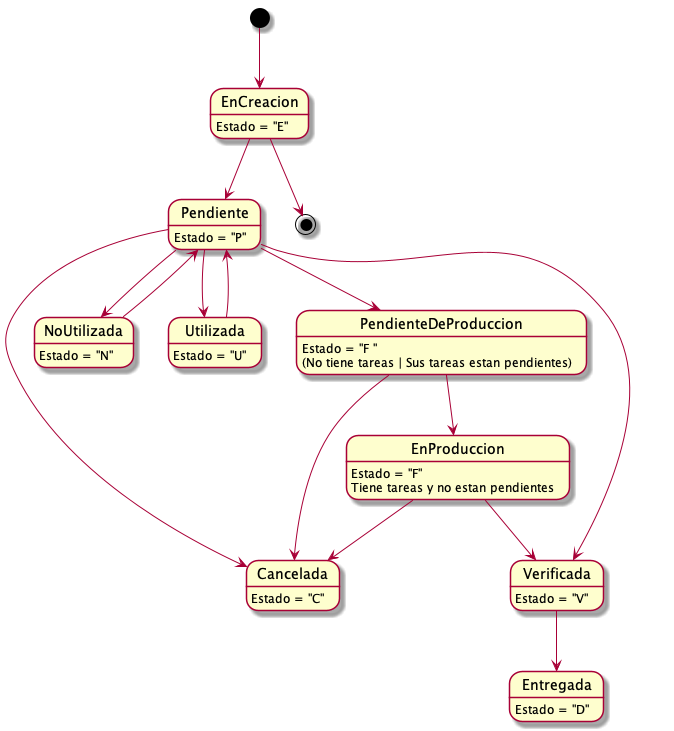
The PlantUML diagram Informe Final/Imagenes/DiagramasEstado/DiagramaDeEstado/lineasProducto.png in ZMGestion/DocumentacionZMGestion, before a commit. The source it was exported from:
```plantuml
@startuml lineasProducto
EnCreacion: Estado = "E"
Pendiente: Estado = "P"
Cancelada: Estado = "C"
NoUtilizada: Estado = "N"
Utilizada: Estado = "U"
PendienteDeProduccion: Estado = "F "
PendienteDeProduccion:(No tiene tareas | Sus tareas estan pendientes)
EnProduccion: Estado = "F"
EnProduccion: Tiene tareas y no estan pendientes
Verificada: Estado = "V"
Entregada: Estado = "D"

[*] --> EnCreacion
EnCreacion --> [*]
EnCreacion --> Pendiente
Pendiente --> Utilizada
Utilizada --> Pendiente
Pendiente --> NoUtilizada
NoUtilizada --> Pendiente
Pendiente --> Cancelada
Pendiente --> PendienteDeProduccion
Pendiente --> Verificada
PendienteDeProduccion --> Cancelada
PendienteDeProduccion --> EnProduccion
EnProduccion --> Cancelada
EnProduccion --> Verificada
Verificada --> Entregada


@enduml
```
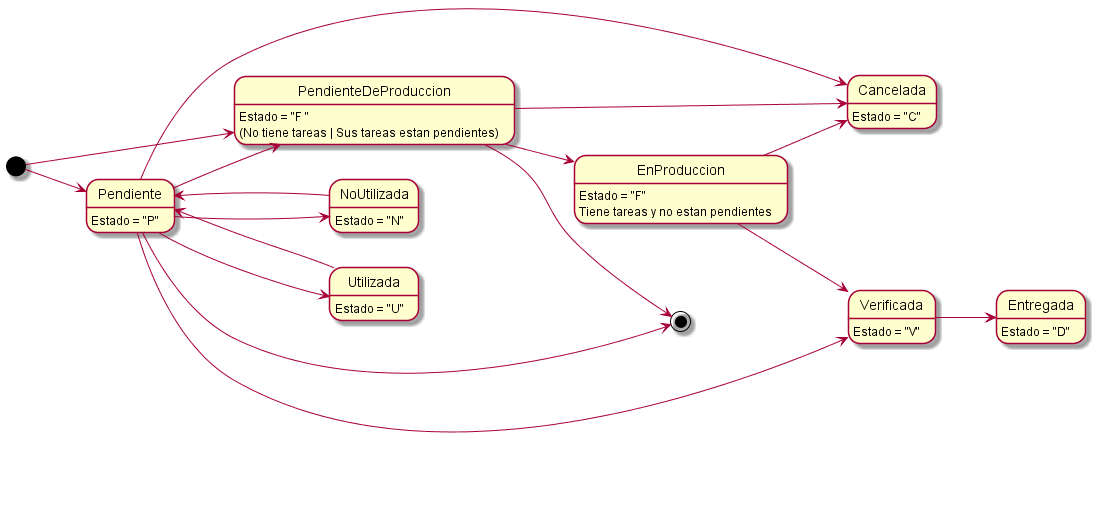
After the commit.

Change to the diagram source:
```diff
@@ -1,5 +1,4 @@
 @startuml lineasProducto
-EnCreacion: Estado = "E"
 Pendiente: Estado = "P"
 Cancelada: Estado = "C"
 NoUtilizada: Estado = "N"
@@ -11,9 +10,11 @@
 Verificada: Estado = "V"
 Entregada: Estado = "D"
 
-[*] --> EnCreacion
-EnCreacion --> [*]
-EnCreacion --> Pendiente
+left to right direction
+[*] --> Pendiente
+Pendiente --> [*]
+[*] --> PendienteDeProduccion
+PendienteDeProduccion --> [*]
 Pendiente --> Utilizada
 Utilizada --> Pendiente
 Pendiente --> NoUtilizada
```
